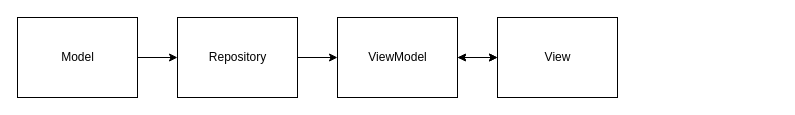
This is Untitled Diagram.drawio from selience/draw.io, a draw.io file, before an edit. Source tidied: cells renumbered, new cells numbered last; positions are measured from the earlier drawing's top-left corner, leaving out a move shared by most shapes. Both pictures are drawn from the tidied source at 100%, with x=0, y=0 at pixel (17, 17).
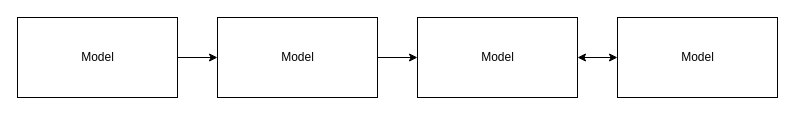
The same page after the edit.

The edit, as a diff of the source:
```diff
@@
 <mxGraphModel>
   <root>
     <mxCell id="0" />
     <mxCell id="1" parent="0" />
-    <mxCell id="2" style="edgeStyle=orthogonalEdgeStyle;rounded=0;jettySize=auto;html=1;" parent="1" edge="1" source="3" target="5">
-      <mxGeometry relative="1" as="geometry" />
-    </mxCell>
+    <mxCell id="10" style="edgeStyle=orthogonalEdgeStyle;rounded=0;jettySize=auto;html=1;startArrow=none;startFill=0;" parent="1" edge="1" source="3" target="12">
+      <mxGeometry relative="1" as="geometry" />
+    </mxCell>
     <mxCell id="3" value="Model" style="html=1;" parent="1" vertex="1">
-      <mxGeometry width="120" height="80" as="geometry" />
+      <mxGeometry width="160" height="80" as="geometry" />
     </mxCell>
-    <mxCell id="4" style="edgeStyle=orthogonalEdgeStyle;rounded=0;jettySize=auto;html=1;" parent="1" edge="1" source="5" target="7">
-      <mxGeometry relative="1" as="geometry" />
-    </mxCell>
-    <mxCell id="5" value="Repository" style="html=1;" parent="1" vertex="1">
-      <mxGeometry x="160" width="120" height="80" as="geometry" />
-    </mxCell>
-    <mxCell id="6" style="edgeStyle=orthogonalEdgeStyle;rounded=0;jettySize=auto;html=1;startArrow=classicThin;startFill=1;" parent="1" edge="1" source="7" target="9">
-      <mxGeometry relative="1" as="geometry" />
-    </mxCell>
-    <mxCell id="7" value="ViewModel" style="html=1;" parent="1" vertex="1">
-      <mxGeometry x="320" width="120" height="80" as="geometry" />
-    </mxCell>
-    <mxCell id="8" style="edgeStyle=orthogonalEdgeStyle;rounded=0;jettySize=auto;html=1;startArrow=classic;startFill=1;" parent="1" edge="1" source="9" target="7">
-      <mxGeometry relative="1" as="geometry" />
-    </mxCell>
-    <mxCell id="9" value="View" style="html=1;" parent="1" vertex="1">
-      <mxGeometry x="480" width="120" height="80" as="geometry" />
-    </mxCell>
+    <mxCell id="11" style="edgeStyle=orthogonalEdgeStyle;rounded=0;jettySize=auto;html=1;exitX=1;exitY=0.5;exitDx=0;exitDy=0;entryX=0;entryY=0.5;entryDx=0;entryDy=0;startArrow=none;startFill=0;" parent="1" edge="1" source="12" target="13">
+      <mxGeometry relative="1" as="geometry" />
+    </mxCell>
+    <mxCell id="12" value="Model" style="html=1;" parent="1" vertex="1">
+      <mxGeometry x="200" width="160" height="80" as="geometry" />
+    </mxCell>
+    <mxCell id="13" value="Model" style="html=1;" parent="1" vertex="1">
+      <mxGeometry x="400" width="160" height="80" as="geometry" />
+    </mxCell>
+    <mxCell id="14" style="edgeStyle=orthogonalEdgeStyle;rounded=0;jettySize=auto;html=1;startArrow=classic;startFill=1;" parent="1" edge="1" source="15" target="13">
+      <mxGeometry relative="1" as="geometry" />
+    </mxCell>
+    <mxCell id="15" value="Model" style="html=1;" parent="1" vertex="1">
+      <mxGeometry x="600" width="160" height="80" as="geometry" />
+    </mxCell>
   </root>
 </mxGraphModel>
```
